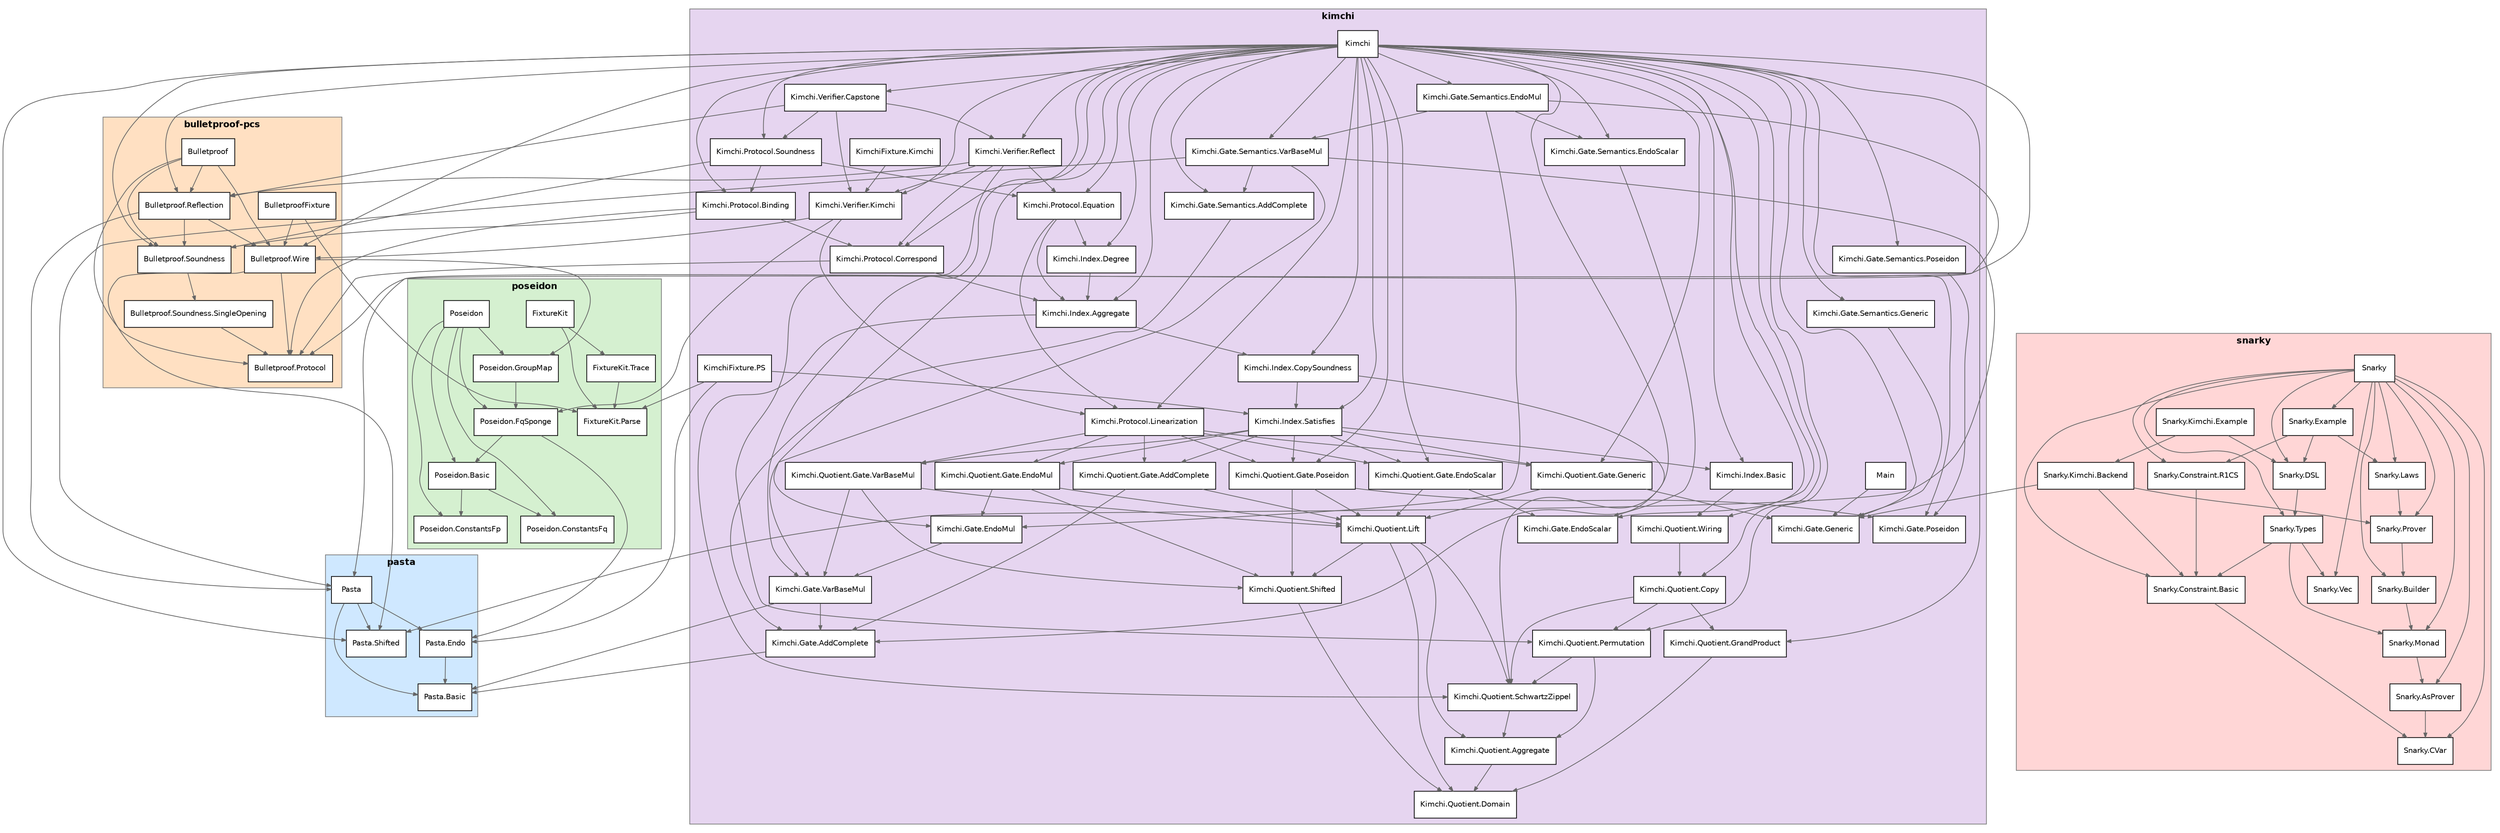
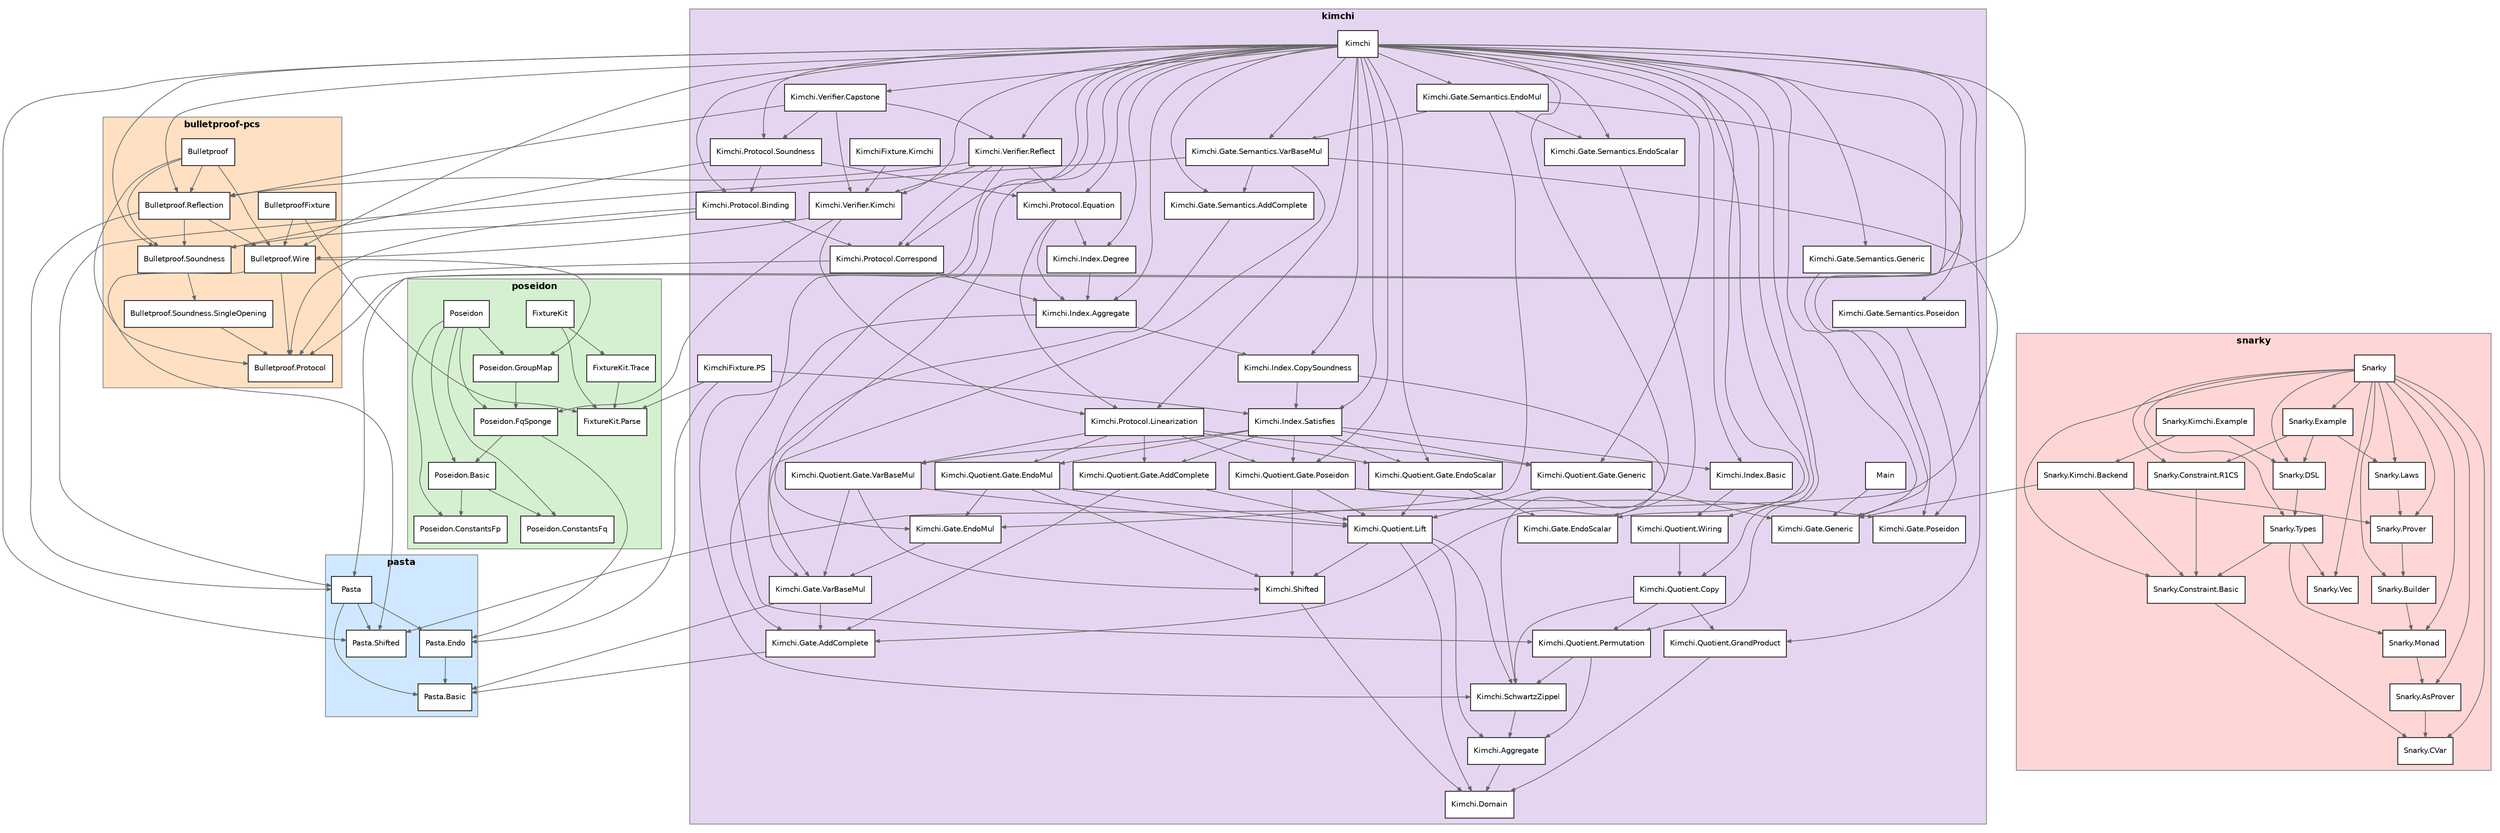
digraph "formal-modules" {
  rankdir=TB;
  node [shape=box, style=filled, fillcolor=white, fontsize=10, fontname="Helvetica"];
  edge [color=gray40, arrowsize=0.6];
  subgraph "cluster_pasta" {
    label="pasta"; style=filled; fillcolor="#cfe8ff";
    color=gray50; fontsize=12; fontname="Helvetica-Bold";
    "Pasta.Basic";
    "Pasta.Endo";
    "Pasta";
    "Pasta.Shifted";
  }
  subgraph "cluster_poseidon" {
    label="poseidon"; style=filled; fillcolor="#d5f0d0";
    color=gray50; fontsize=12; fontname="Helvetica-Bold";
    "FixtureKit";
    "FixtureKit.Parse";
    "FixtureKit.Trace";
    "Poseidon.Basic";
    "Poseidon.ConstantsFp";
    "Poseidon.ConstantsFq";
    "Poseidon.FqSponge";
    "Poseidon.GroupMap";
    "Poseidon";
  }
  subgraph "cluster_bulletproof-pcs" {
    label="bulletproof-pcs"; style=filled; fillcolor="#ffe0c2";
    color=gray50; fontsize=12; fontname="Helvetica-Bold";
    "BulletproofFixture";
    "Bulletproof";
    "Bulletproof.Protocol";
    "Bulletproof.Reflection";
    "Bulletproof.Soundness";
    "Bulletproof.Soundness.SingleOpening";
    "Bulletproof.Wire";
  }
  subgraph "cluster_kimchi" {
    label="kimchi"; style=filled; fillcolor="#e6d5f0";
    color=gray50; fontsize=12; fontname="Helvetica-Bold";
+     "Kimchi.Aggregate";
+     "Kimchi.Domain";
    "KimchiFixture.Kimchi";
    "KimchiFixture.PS";
    "Kimchi.Gate.AddComplete";
    "Kimchi.Gate.EndoMul";
    "Kimchi.Gate.EndoScalar";
    "Kimchi.Gate.Generic";
    "Kimchi.Gate.Poseidon";
    "Kimchi.Gate.Semantics.AddComplete";
    "Kimchi.Gate.Semantics.EndoMul";
    "Kimchi.Gate.Semantics.EndoScalar";
    "Kimchi.Gate.Semantics.Generic";
    "Kimchi.Gate.Semantics.Poseidon";
    "Kimchi.Gate.Semantics.VarBaseMul";
    "Kimchi.Gate.VarBaseMul";
    "Kimchi.Index.Aggregate";
    "Kimchi.Index.Basic";
    "Kimchi.Index.CopySoundness";
    "Kimchi.Index.Degree";
    "Kimchi.Index.Satisfies";
    "Kimchi";
    "Kimchi.Protocol.Binding";
    "Kimchi.Protocol.Correspond";
    "Kimchi.Protocol.Equation";
    "Kimchi.Protocol.Linearization";
    "Kimchi.Protocol.Soundness";
-     "Kimchi.Quotient.Aggregate";
    "Kimchi.Quotient.Copy";
-     "Kimchi.Quotient.Domain";
    "Kimchi.Quotient.Gate.AddComplete";
    "Kimchi.Quotient.Gate.EndoMul";
    "Kimchi.Quotient.Gate.EndoScalar";
    "Kimchi.Quotient.Gate.Generic";
    "Kimchi.Quotient.Gate.Poseidon";
    "Kimchi.Quotient.Gate.VarBaseMul";
    "Kimchi.Quotient.GrandProduct";
    "Kimchi.Quotient.Lift";
    "Kimchi.Quotient.Permutation";
-     "Kimchi.Quotient.SchwartzZippel";
-     "Kimchi.Quotient.Shifted";
    "Kimchi.Quotient.Wiring";
+     "Kimchi.SchwartzZippel";
+     "Kimchi.Shifted";
    "Kimchi.Verifier.Capstone";
    "Kimchi.Verifier.Kimchi";
    "Kimchi.Verifier.Reflect";
    "Main";
  }
  subgraph "cluster_snarky" {
    label="snarky"; style=filled; fillcolor="#ffd6d6";
    color=gray50; fontsize=12; fontname="Helvetica-Bold";
    "Snarky.AsProver";
    "Snarky.Builder";
    "Snarky.Constraint.Basic";
    "Snarky.Constraint.R1CS";
    "Snarky.CVar";
    "Snarky.DSL";
    "Snarky.Example";
    "Snarky.Kimchi.Backend";
    "Snarky.Kimchi.Example";
    "Snarky.Laws";
    "Snarky";
    "Snarky.Monad";
    "Snarky.Prover";
    "Snarky.Types";
    "Snarky.Vec";
  }
  "Pasta.Endo" -> "Pasta.Basic";
  "Pasta" -> "Pasta.Basic";
  "Pasta" -> "Pasta.Endo";
  "Pasta" -> "Pasta.Shifted";
  "FixtureKit" -> "FixtureKit.Parse";
  "FixtureKit" -> "FixtureKit.Trace";
  "FixtureKit.Trace" -> "FixtureKit.Parse";
  "Poseidon.Basic" -> "Poseidon.ConstantsFq";
  "Poseidon.Basic" -> "Poseidon.ConstantsFp";
  "Poseidon.FqSponge" -> "Poseidon.Basic";
  "Poseidon.FqSponge" -> "Pasta.Endo";
  "Poseidon.GroupMap" -> "Poseidon.FqSponge";
  "Poseidon" -> "Poseidon.ConstantsFp";
  "Poseidon" -> "Poseidon.ConstantsFq";
  "Poseidon" -> "Poseidon.Basic";
  "Poseidon" -> "Poseidon.FqSponge";
  "Poseidon" -> "Poseidon.GroupMap";
  "BulletproofFixture" -> "Bulletproof.Wire";
  "BulletproofFixture" -> "FixtureKit.Parse";
  "Bulletproof" -> "Bulletproof.Protocol";
  "Bulletproof" -> "Bulletproof.Wire";
  "Bulletproof" -> "Bulletproof.Soundness";
  "Bulletproof" -> "Bulletproof.Reflection";
  "Bulletproof.Reflection" -> "Bulletproof.Wire";
  "Bulletproof.Reflection" -> "Bulletproof.Soundness";
  "Bulletproof.Reflection" -> "Pasta";
  "Bulletproof.Soundness" -> "Bulletproof.Soundness.SingleOpening";
  "Bulletproof.Soundness.SingleOpening" -> "Bulletproof.Protocol";
  "Bulletproof.Wire" -> "Pasta.Shifted";
  "Bulletproof.Wire" -> "Poseidon.GroupMap";
  "Bulletproof.Wire" -> "Bulletproof.Protocol";
+   "Kimchi.Aggregate" -> "Kimchi.Domain";
  "KimchiFixture.Kimchi" -> "Kimchi.Verifier.Kimchi";
  "KimchiFixture.PS" -> "Kimchi.Index.Satisfies";
  "KimchiFixture.PS" -> "FixtureKit.Parse";
  "KimchiFixture.PS" -> "Pasta.Endo";
  "Kimchi.Gate.AddComplete" -> "Pasta.Basic";
  "Kimchi.Gate.EndoMul" -> "Kimchi.Gate.VarBaseMul";
  "Kimchi.Gate.Semantics.AddComplete" -> "Kimchi.Gate.AddComplete";
  "Kimchi.Gate.Semantics.EndoMul" -> "Kimchi.Gate.EndoMul";
  "Kimchi.Gate.Semantics.EndoMul" -> "Kimchi.Gate.Semantics.VarBaseMul";
  "Kimchi.Gate.Semantics.EndoMul" -> "Kimchi.Gate.Semantics.EndoScalar";
  "Kimchi.Gate.Semantics.EndoMul" -> "Pasta";
  "Kimchi.Gate.Semantics.EndoScalar" -> "Kimchi.Gate.EndoScalar";
  "Kimchi.Gate.Semantics.Generic" -> "Kimchi.Gate.Generic";
  "Kimchi.Gate.Semantics.Poseidon" -> "Kimchi.Gate.Poseidon";
  "Kimchi.Gate.Semantics.VarBaseMul" -> "Kimchi.Gate.VarBaseMul";
  "Kimchi.Gate.Semantics.VarBaseMul" -> "Kimchi.Gate.Semantics.AddComplete";
  "Kimchi.Gate.Semantics.VarBaseMul" -> "Pasta";
  "Kimchi.Gate.Semantics.VarBaseMul" -> "Pasta.Shifted";
  "Kimchi.Gate.VarBaseMul" -> "Pasta.Basic";
  "Kimchi.Gate.VarBaseMul" -> "Kimchi.Gate.AddComplete";
  "Kimchi.Index.Aggregate" -> "Kimchi.Index.CopySoundness";
-   "Kimchi.Index.Aggregate" -> "Kimchi.Quotient.SchwartzZippel";
+   "Kimchi.Index.Aggregate" -> "Kimchi.SchwartzZippel";
  "Kimchi.Index.Basic" -> "Kimchi.Quotient.Wiring";
  "Kimchi.Index.CopySoundness" -> "Kimchi.Index.Satisfies";
-   "Kimchi.Index.CopySoundness" -> "Kimchi.Quotient.SchwartzZippel";
+   "Kimchi.Index.CopySoundness" -> "Kimchi.SchwartzZippel";
  "Kimchi.Index.Degree" -> "Kimchi.Index.Aggregate";
  "Kimchi.Index.Satisfies" -> "Kimchi.Index.Basic";
  "Kimchi.Index.Satisfies" -> "Kimchi.Quotient.Gate.Generic";
  "Kimchi.Index.Satisfies" -> "Kimchi.Quotient.Gate.Poseidon";
  "Kimchi.Index.Satisfies" -> "Kimchi.Quotient.Gate.AddComplete";
  "Kimchi.Index.Satisfies" -> "Kimchi.Quotient.Gate.VarBaseMul";
  "Kimchi.Index.Satisfies" -> "Kimchi.Quotient.Gate.EndoMul";
  "Kimchi.Index.Satisfies" -> "Kimchi.Quotient.Gate.EndoScalar";
  "Kimchi" -> "Pasta.Shifted";
  "Kimchi" -> "Kimchi.Gate.Generic";
  "Kimchi" -> "Kimchi.Gate.AddComplete";
  "Kimchi" -> "Kimchi.Gate.VarBaseMul";
  "Kimchi" -> "Kimchi.Gate.EndoScalar";
  "Kimchi" -> "Kimchi.Gate.EndoMul";
  "Kimchi" -> "Kimchi.Gate.Poseidon";
  "Kimchi" -> "Kimchi.Gate.Semantics.Generic";
  "Kimchi" -> "Kimchi.Gate.Semantics.AddComplete";
  "Kimchi" -> "Kimchi.Gate.Semantics.VarBaseMul";
  "Kimchi" -> "Kimchi.Gate.Semantics.EndoScalar";
  "Kimchi" -> "Kimchi.Gate.Semantics.EndoMul";
  "Kimchi" -> "Kimchi.Gate.Semantics.Poseidon";
  "Kimchi" -> "Bulletproof.Protocol";
  "Kimchi" -> "Bulletproof.Soundness";
  "Kimchi" -> "Kimchi.Quotient.Gate.Generic";
  "Kimchi" -> "Kimchi.Quotient.Gate.EndoScalar";
  "Kimchi" -> "Kimchi.Quotient.Gate.Poseidon";
  "Kimchi" -> "Kimchi.Quotient.Copy";
  "Kimchi" -> "Kimchi.Index.Basic";
  "Kimchi" -> "Kimchi.Index.Satisfies";
  "Kimchi" -> "Kimchi.Index.Aggregate";
  "Kimchi" -> "Kimchi.Index.Degree";
  "Kimchi" -> "Kimchi.Index.CopySoundness";
  "Kimchi" -> "Kimchi.Quotient.Wiring";
  "Kimchi" -> "Kimchi.Quotient.Permutation";
  "Kimchi" -> "Kimchi.Quotient.GrandProduct";
  "Kimchi" -> "Bulletproof.Wire";
  "Kimchi" -> "Kimchi.Protocol.Linearization";
  "Kimchi" -> "Kimchi.Protocol.Equation";
  "Kimchi" -> "Kimchi.Protocol.Correspond";
  "Kimchi" -> "Kimchi.Protocol.Binding";
  "Kimchi" -> "Kimchi.Protocol.Soundness";
  "Kimchi" -> "Bulletproof.Reflection";
  "Kimchi" -> "Kimchi.Verifier.Kimchi";
  "Kimchi" -> "Kimchi.Verifier.Reflect";
  "Kimchi" -> "Kimchi.Verifier.Capstone";
  "Kimchi.Protocol.Binding" -> "Bulletproof.Protocol";
  "Kimchi.Protocol.Binding" -> "Bulletproof.Soundness";
  "Kimchi.Protocol.Binding" -> "Kimchi.Protocol.Correspond";
  "Kimchi.Protocol.Correspond" -> "Kimchi.Index.Aggregate";
  "Kimchi.Protocol.Correspond" -> "Bulletproof.Protocol";
  "Kimchi.Protocol.Equation" -> "Kimchi.Protocol.Linearization";
  "Kimchi.Protocol.Equation" -> "Kimchi.Index.Aggregate";
  "Kimchi.Protocol.Equation" -> "Kimchi.Index.Degree";
  "Kimchi.Protocol.Linearization" -> "Kimchi.Quotient.Gate.Generic";
  "Kimchi.Protocol.Linearization" -> "Kimchi.Quotient.Gate.Poseidon";
  "Kimchi.Protocol.Linearization" -> "Kimchi.Quotient.Gate.AddComplete";
  "Kimchi.Protocol.Linearization" -> "Kimchi.Quotient.Gate.VarBaseMul";
  "Kimchi.Protocol.Linearization" -> "Kimchi.Quotient.Gate.EndoMul";
  "Kimchi.Protocol.Linearization" -> "Kimchi.Quotient.Gate.EndoScalar";
  "Kimchi.Protocol.Soundness" -> "Bulletproof.Soundness";
  "Kimchi.Protocol.Soundness" -> "Kimchi.Protocol.Binding";
  "Kimchi.Protocol.Soundness" -> "Kimchi.Protocol.Equation";
-   "Kimchi.Quotient.Aggregate" -> "Kimchi.Quotient.Domain";
  "Kimchi.Quotient.Copy" -> "Kimchi.Quotient.GrandProduct";
  "Kimchi.Quotient.Copy" -> "Kimchi.Quotient.Permutation";
-   "Kimchi.Quotient.Copy" -> "Kimchi.Quotient.SchwartzZippel";
+   "Kimchi.Quotient.Copy" -> "Kimchi.SchwartzZippel";
  "Kimchi.Quotient.Gate.AddComplete" -> "Kimchi.Quotient.Lift";
  "Kimchi.Quotient.Gate.AddComplete" -> "Kimchi.Gate.AddComplete";
  "Kimchi.Quotient.Gate.EndoMul" -> "Kimchi.Quotient.Lift";
-   "Kimchi.Quotient.Gate.EndoMul" -> "Kimchi.Quotient.Shifted";
+   "Kimchi.Quotient.Gate.EndoMul" -> "Kimchi.Shifted";
  "Kimchi.Quotient.Gate.EndoMul" -> "Kimchi.Gate.EndoMul";
  "Kimchi.Quotient.Gate.EndoScalar" -> "Kimchi.Quotient.Lift";
  "Kimchi.Quotient.Gate.EndoScalar" -> "Kimchi.Gate.EndoScalar";
  "Kimchi.Quotient.Gate.Generic" -> "Kimchi.Quotient.Lift";
  "Kimchi.Quotient.Gate.Generic" -> "Kimchi.Gate.Generic";
  "Kimchi.Quotient.Gate.Poseidon" -> "Kimchi.Quotient.Lift";
-   "Kimchi.Quotient.Gate.Poseidon" -> "Kimchi.Quotient.Shifted";
+   "Kimchi.Quotient.Gate.Poseidon" -> "Kimchi.Shifted";
  "Kimchi.Quotient.Gate.Poseidon" -> "Kimchi.Gate.Poseidon";
  "Kimchi.Quotient.Gate.VarBaseMul" -> "Kimchi.Quotient.Lift";
-   "Kimchi.Quotient.Gate.VarBaseMul" -> "Kimchi.Quotient.Shifted";
+   "Kimchi.Quotient.Gate.VarBaseMul" -> "Kimchi.Shifted";
  "Kimchi.Quotient.Gate.VarBaseMul" -> "Kimchi.Gate.VarBaseMul";
-   "Kimchi.Quotient.GrandProduct" -> "Kimchi.Quotient.Domain";
-   "Kimchi.Quotient.Lift" -> "Kimchi.Quotient.Domain";
-   "Kimchi.Quotient.Lift" -> "Kimchi.Quotient.Shifted";
-   "Kimchi.Quotient.Lift" -> "Kimchi.Quotient.Aggregate";
-   "Kimchi.Quotient.Lift" -> "Kimchi.Quotient.SchwartzZippel";
-   "Kimchi.Quotient.Permutation" -> "Kimchi.Quotient.Aggregate";
-   "Kimchi.Quotient.Permutation" -> "Kimchi.Quotient.SchwartzZippel";
-   "Kimchi.Quotient.SchwartzZippel" -> "Kimchi.Quotient.Aggregate";
-   "Kimchi.Quotient.Shifted" -> "Kimchi.Quotient.Domain";
+   "Kimchi.Quotient.GrandProduct" -> "Kimchi.Domain";
+   "Kimchi.Quotient.Lift" -> "Kimchi.Domain";
+   "Kimchi.Quotient.Lift" -> "Kimchi.Shifted";
+   "Kimchi.Quotient.Lift" -> "Kimchi.Aggregate";
+   "Kimchi.Quotient.Lift" -> "Kimchi.SchwartzZippel";
+   "Kimchi.Quotient.Permutation" -> "Kimchi.Aggregate";
+   "Kimchi.Quotient.Permutation" -> "Kimchi.SchwartzZippel";
  "Kimchi.Quotient.Wiring" -> "Kimchi.Quotient.Copy";
+   "Kimchi.SchwartzZippel" -> "Kimchi.Aggregate";
+   "Kimchi.Shifted" -> "Kimchi.Domain";
  "Kimchi.Verifier.Capstone" -> "Kimchi.Protocol.Soundness";
  "Kimchi.Verifier.Capstone" -> "Kimchi.Verifier.Kimchi";
  "Kimchi.Verifier.Capstone" -> "Bulletproof.Reflection";
  "Kimchi.Verifier.Capstone" -> "Kimchi.Verifier.Reflect";
  "Kimchi.Verifier.Kimchi" -> "Bulletproof.Wire";
  "Kimchi.Verifier.Kimchi" -> "Kimchi.Protocol.Linearization";
  "Kimchi.Verifier.Kimchi" -> "Poseidon.FqSponge";
  "Kimchi.Verifier.Reflect" -> "Kimchi.Verifier.Kimchi";
  "Kimchi.Verifier.Reflect" -> "Bulletproof.Reflection";
  "Kimchi.Verifier.Reflect" -> "Kimchi.Protocol.Correspond";
  "Kimchi.Verifier.Reflect" -> "Kimchi.Protocol.Equation";
  "Kimchi.Verifier.Reflect" -> "Kimchi.Quotient.Permutation";
  "Main" -> "Kimchi.Gate.Generic";
  "Snarky.AsProver" -> "Snarky.CVar";
  "Snarky.Builder" -> "Snarky.Monad";
  "Snarky.Constraint.Basic" -> "Snarky.CVar";
  "Snarky.Constraint.R1CS" -> "Snarky.Constraint.Basic";
  "Snarky.DSL" -> "Snarky.Types";
  "Snarky.Example" -> "Snarky.DSL";
  "Snarky.Example" -> "Snarky.Constraint.R1CS";
  "Snarky.Example" -> "Snarky.Laws";
  "Snarky.Kimchi.Backend" -> "Snarky.Constraint.Basic";
  "Snarky.Kimchi.Backend" -> "Snarky.Prover";
  "Snarky.Kimchi.Backend" -> "Kimchi.Gate.Generic";
  "Snarky.Kimchi.Example" -> "Snarky.Kimchi.Backend";
  "Snarky.Kimchi.Example" -> "Snarky.DSL";
  "Snarky.Laws" -> "Snarky.Prover";
  "Snarky" -> "Snarky.CVar";
  "Snarky" -> "Snarky.AsProver";
  "Snarky" -> "Snarky.Monad";
  "Snarky" -> "Snarky.Builder";
  "Snarky" -> "Snarky.Prover";
  "Snarky" -> "Snarky.Vec";
  "Snarky" -> "Snarky.Constraint.Basic";
  "Snarky" -> "Snarky.Constraint.R1CS";
  "Snarky" -> "Snarky.Types";
  "Snarky" -> "Snarky.DSL";
  "Snarky" -> "Snarky.Laws";
  "Snarky" -> "Snarky.Example";
  "Snarky.Monad" -> "Snarky.AsProver";
  "Snarky.Prover" -> "Snarky.Builder";
  "Snarky.Types" -> "Snarky.Monad";
  "Snarky.Types" -> "Snarky.Vec";
  "Snarky.Types" -> "Snarky.Constraint.Basic";
}
